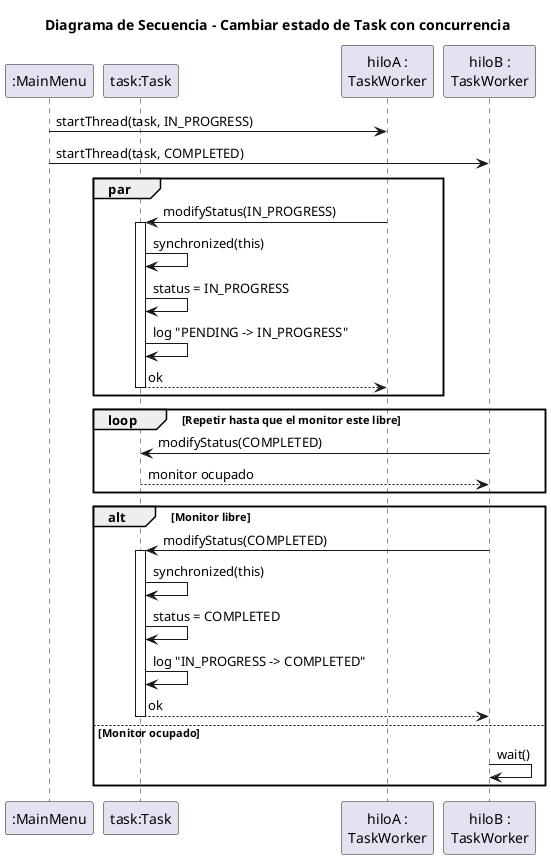
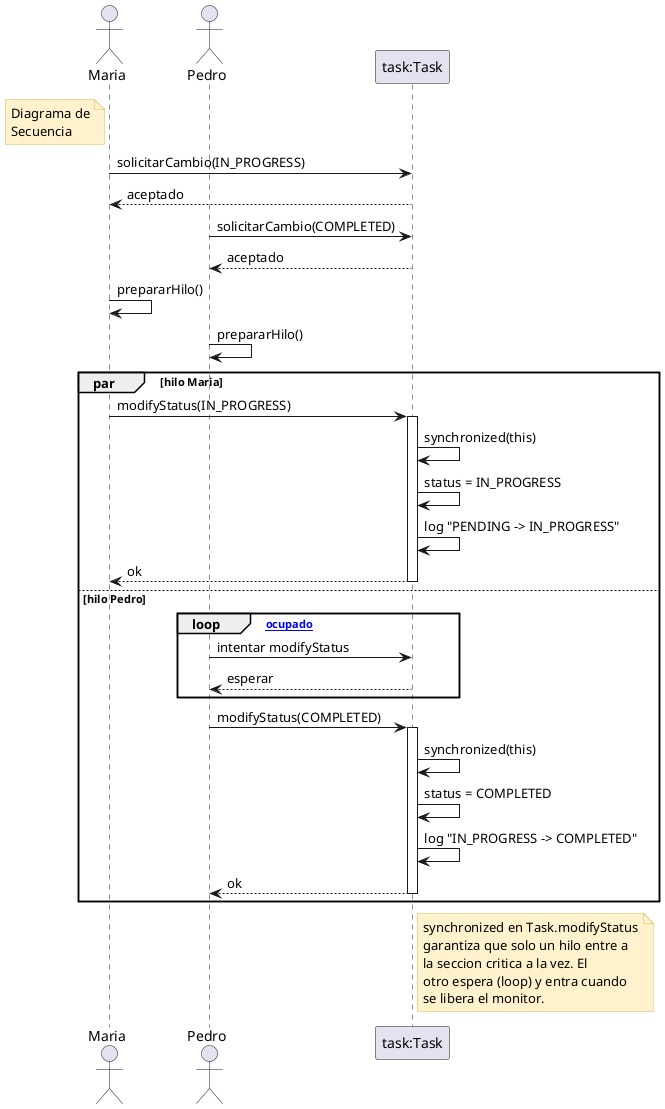
@startuml SecuenciaCambiarEstado
- title Diagrama de Secuencia - Cambiar estado de Task con concurrencia

- participant ":MainMenu" as demo
+ skinparam noteBackgroundColor #FFF2CC
+ skinparam noteBorderColor #D6B656
+ 
+ actor Maria
+ actor Pedro
participant "task:Task" as task
- participant "hiloA :\nTaskWorker" as hiloA
- participant "hiloB :\nTaskWorker" as hiloB

- demo -> hiloA : startThread(task, IN_PROGRESS)
- demo -> hiloB : startThread(task, COMPLETED)
+ note left of Maria #FFF2CC
+   Diagrama de
+   Secuencia
+ end note

- par
-   hiloA -> task : modifyStatus(IN_PROGRESS)
+ Maria -> task : solicitarCambio(IN_PROGRESS)
+ task --> Maria : aceptado
+ Pedro -> task : solicitarCambio(COMPLETED)
+ task --> Pedro : aceptado
+ 
+ Maria -> Maria : prepararHilo()
+ Pedro -> Pedro : prepararHilo()
+ 
+ par hilo Maria
+   Maria -> task : modifyStatus(IN_PROGRESS)
  activate task
  task -> task : synchronized(this)
  task -> task : status = IN_PROGRESS
  task -> task : log "PENDING -> IN_PROGRESS"
-   task --> hiloA : ok
+   task --> Maria : ok
  deactivate task
- end
- 
- loop Repetir hasta que el monitor este libre
-   hiloB -> task : modifyStatus(COMPLETED)
-   task --> hiloB : monitor ocupado
- end
- 
- alt Monitor libre
-   hiloB -> task : modifyStatus(COMPLETED)
+ else hilo Pedro
+   loop [monitor ocupado]
+     Pedro -> task : intentar modifyStatus
+     task --> Pedro : esperar
+   end
+   Pedro -> task : modifyStatus(COMPLETED)
  activate task
  task -> task : synchronized(this)
  task -> task : status = COMPLETED
  task -> task : log "IN_PROGRESS -> COMPLETED"
-   task --> hiloB : ok
+   task --> Pedro : ok
  deactivate task
- else Monitor ocupado
-   hiloB -> hiloB : wait()
end

+ note right of task
+   synchronized en Task.modifyStatus
+   garantiza que solo un hilo entre a
+   la seccion critica a la vez. El
+   otro espera (loop) y entra cuando
+   se libera el monitor.
+ end note
+ 
@enduml
